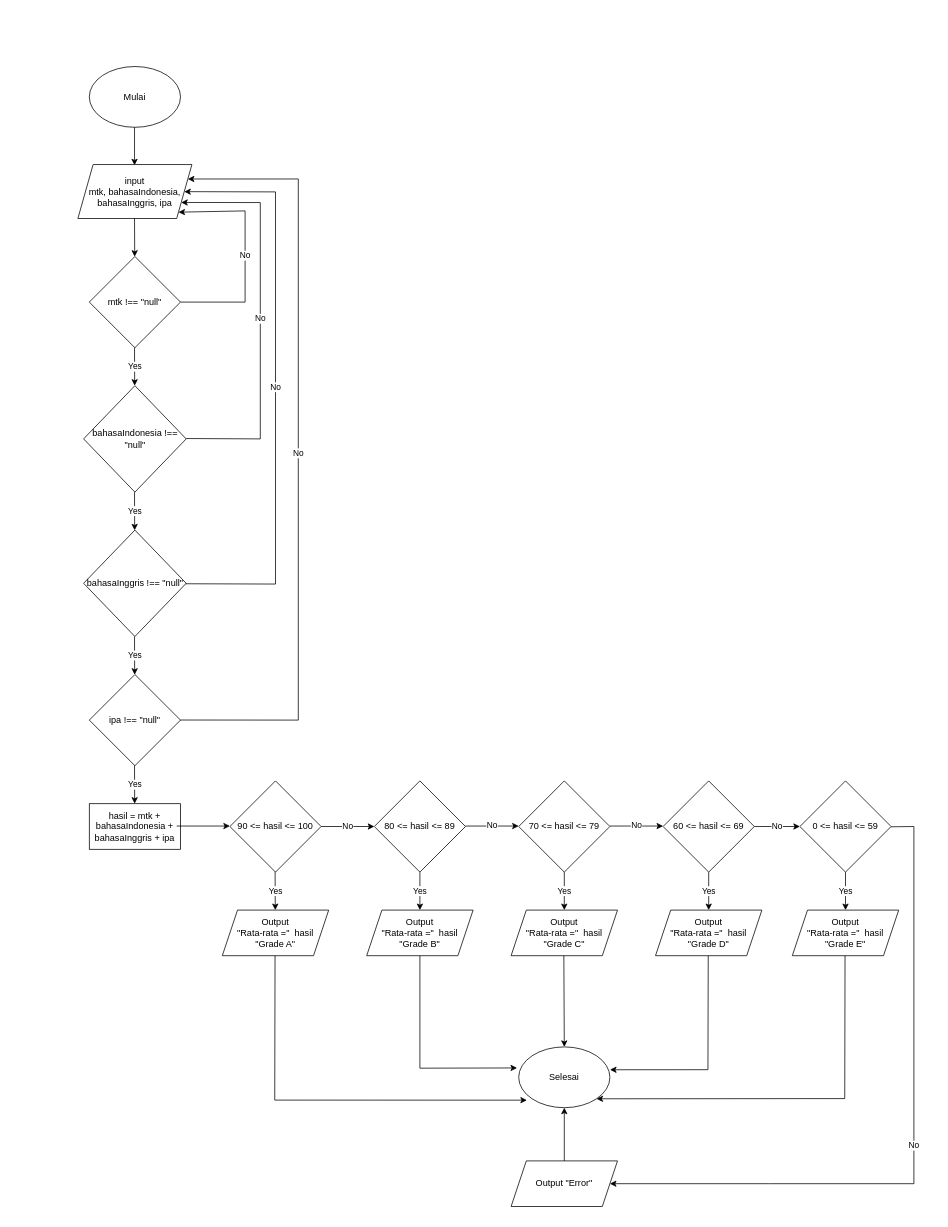
The draw.io diagram Rata rata UN.drawio in zalfanuramalia/-fw5-additional-flowchart, before the edit. Source tidied: cells renumbered, new cells numbered last; positions are measured from the earlier drawing's top-left corner, leaving out a move shared by most shapes. Both pictures are drawn from the tidied source at 76%, with x=0, y=0 at pixel (78, 66).
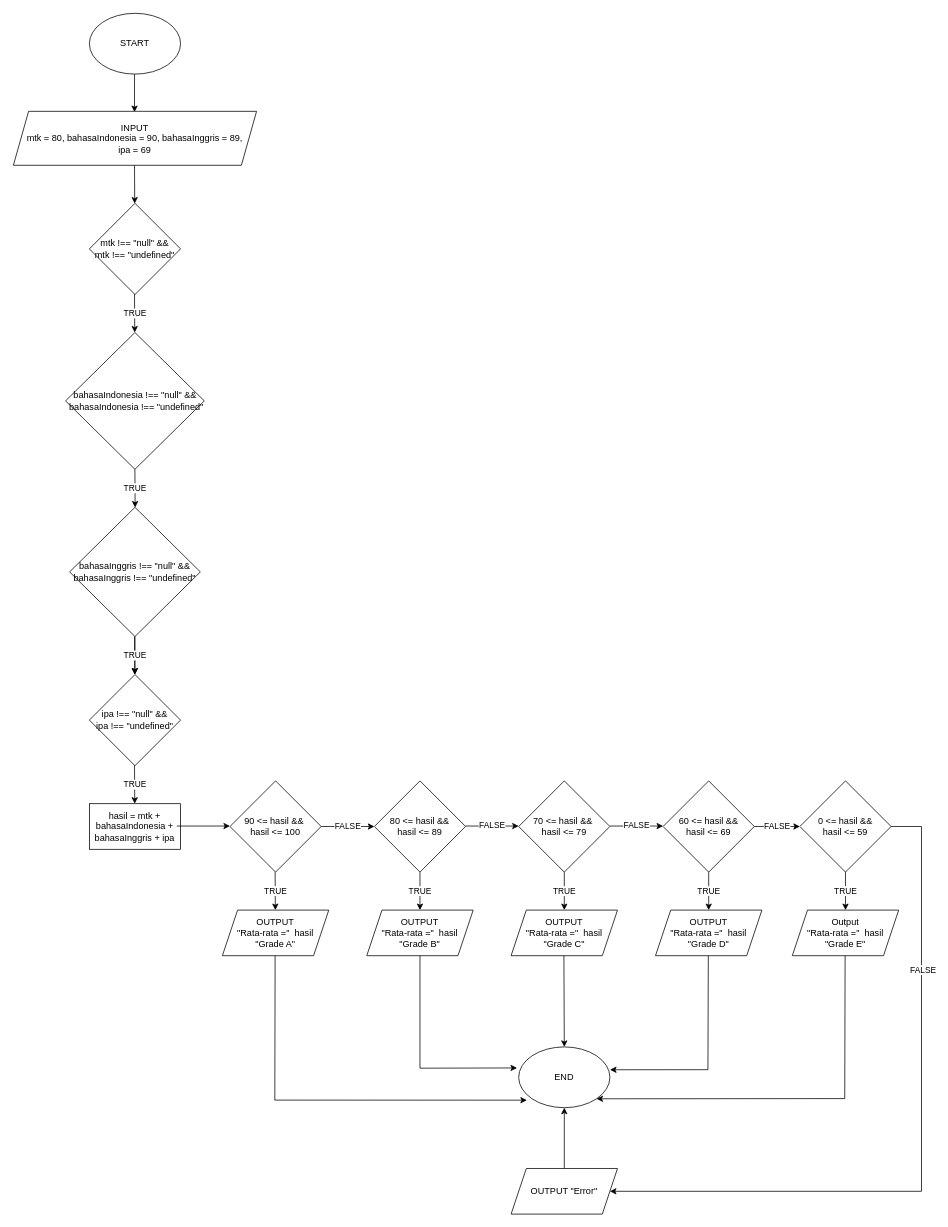
The same diagram, later.

Commit message (it also covers changes not shown here):
file tugas tambahan flowchart

Change to the diagram source:
```diff
@@
-    <mxCell id="2" value="Mulai" style="ellipse;whiteSpace=wrap;html=1;" parent="1" vertex="1">
-      <mxGeometry x="15" width="120" height="80" as="geometry" />
+    <mxCell id="2" value="START" style="ellipse;whiteSpace=wrap;html=1;" parent="1" vertex="1">
+      <mxGeometry x="15.1" y="-70" width="120" height="80" as="geometry" />
     </mxCell>
     <mxCell id="3" style="endArrow=classic;html=1;rounded=0;" parent="1" edge="1">
       <mxGeometry relative="1" as="geometry">
-        <mxPoint x="74.5" y="80" as="sourcePoint" />
-        <mxPoint x="74.5" y="130" as="targetPoint" />
+        <mxPoint x="74.5" y="10" as="sourcePoint" />
+        <mxPoint x="74.5" y="60" as="targetPoint" />
       </mxGeometry>
     </mxCell>
-    <mxCell id="4" value="input&lt;br&gt;mtk, bahasaIndonesia, bahasaInggris, ipa" style="shape=parallelogram;perimeter=parallelogramPerimeter;whiteSpace=wrap;html=1;fixedSize=1;" parent="1" vertex="1">
-      <mxGeometry y="129" width="150" height="71" as="geometry" />
+    <mxCell id="4" value="INPUT&lt;br&gt;mtk = 80, bahasaIndonesia = 90, bahasaInggris = 89, &lt;br&gt;ipa = 69" style="shape=parallelogram;perimeter=parallelogramPerimeter;whiteSpace=wrap;html=1;fixedSize=1;" parent="1" vertex="1">
+      <mxGeometry x="-84.9" y="59" width="320" height="71" as="geometry" />
     </mxCell>
     <mxCell id="5" style="endArrow=classic;html=1;rounded=0;" parent="1" edge="1" target="6">
       <mxGeometry relative="1" as="geometry">
-        <mxPoint x="74.5" y="200" as="sourcePoint" />
+        <mxPoint x="74.5" y="130" as="sourcePoint" />
       </mxGeometry>
     </mxCell>
-    <mxCell id="6" value="mtk !== &quot;null&quot;" style="rhombus;whiteSpace=wrap;html=1;" parent="1" vertex="1">
-      <mxGeometry x="15" y="250" width="120" height="120" as="geometry" />
+    <mxCell id="6" value="mtk !== &quot;null&quot; &amp;amp;&amp;amp;&lt;br&gt;mtk !== &quot;undefined&quot;" style="rhombus;whiteSpace=wrap;html=1;" parent="1" vertex="1">
+      <mxGeometry x="15.1" y="180" width="120" height="120" as="geometry" />
     </mxCell>
-    <mxCell id="7" value="90 &amp;lt;= hasil &amp;lt;= 100" style="rhombus;whiteSpace=wrap;html=1;" parent="1" vertex="1">
-      <mxGeometry x="200" y="940" width="120" height="120" as="geometry" />
+    <mxCell id="7" value="90 &amp;lt;= hasil &amp;amp;&amp;amp;&amp;nbsp;&lt;br&gt;hasil &amp;lt;= 100" style="rhombus;whiteSpace=wrap;html=1;" parent="1" vertex="1">
+      <mxGeometry x="200.1" y="940" width="120" height="120" as="geometry" />
     </mxCell>
-    <mxCell id="8" value="bahasaIndonesia !== &quot;null&quot;" style="rhombus;whiteSpace=wrap;html=1;" parent="1" vertex="1">
-      <mxGeometry x="7.5" y="420" width="135" height="140" as="geometry" />
+    <mxCell id="8" value="bahasaIndonesia !== &quot;null&quot; &amp;amp;&amp;amp;&lt;br&gt;&amp;nbsp;bahasaIndonesia !== &quot;undefined&quot;" style="rhombus;whiteSpace=wrap;html=1;" parent="1" vertex="1">
+      <mxGeometry x="-16.2" y="350" width="182.5" height="180" as="geometry" />
     </mxCell>
-    <mxCell id="9" value="ipa !== &quot;null&quot;" style="rhombus;whiteSpace=wrap;html=1;" parent="1" vertex="1">
-      <mxGeometry x="15" y="800" width="120" height="120" as="geometry" />
+    <mxCell id="9" value="ipa !== &quot;null&quot; &amp;amp;&amp;amp;&lt;br&gt;ipa !== &quot;undefined&quot;" style="rhombus;whiteSpace=wrap;html=1;" parent="1" vertex="1">
+      <mxGeometry x="15.1" y="800" width="120" height="120" as="geometry" />
     </mxCell>
+    <mxCell id="48" style="edgeStyle=orthogonalEdgeStyle;rounded=0;jettySize=auto;html=1;" parent="1" edge="1" source="10" target="9">
+      <mxGeometry relative="1" as="geometry" />
+    </mxCell>
-    <mxCell id="10" value="bahasaInggris !== &quot;null&quot;" style="rhombus;whiteSpace=wrap;html=1;" parent="1" vertex="1">
-      <mxGeometry x="7.5" y="610" width="135" height="140" as="geometry" />
+    <mxCell id="10" value="bahasaInggris !== &quot;null&quot; &amp;amp;&amp;amp;&lt;br&gt;bahasaInggris !== &quot;undefined&quot;" style="rhombus;whiteSpace=wrap;html=1;" parent="1" vertex="1">
+      <mxGeometry x="-10.9" y="580" width="172" height="170" as="geometry" />
     </mxCell>
-    <mxCell id="11" value="Yes" style="endArrow=classic;html=1;rounded=0;" parent="1" edge="1">
+    <mxCell id="11" value="TRUE" style="endArrow=classic;html=1;rounded=0;" parent="1" edge="1">
       <mxGeometry relative="1" as="geometry">
         <mxPoint x="74.5" y="750" as="sourcePoint" />
-        <mxPoint x="74.7" y="800.3" as="targetPoint" />
+        <mxPoint x="74.8" y="800.3" as="targetPoint" />
       </mxGeometry>
     </mxCell>
-    <mxCell id="12" value="Yes" style="endArrow=classic;html=1;rounded=0;" parent="1" edge="1">
+    <mxCell id="12" value="TRUE" style="endArrow=classic;html=1;rounded=0;" parent="1" edge="1">
       <mxGeometry relative="1" as="geometry">
-        <mxPoint x="74.5" y="560" as="sourcePoint" />
-        <mxPoint x="74.7" y="610.3" as="targetPoint" />
+        <mxPoint x="75" y="530" as="sourcePoint" />
+        <mxPoint x="75.3" y="580.3" as="targetPoint" />
       </mxGeometry>
     </mxCell>
-    <mxCell id="13" value="Yes" style="endArrow=classic;html=1;rounded=0;" parent="1" edge="1">
+    <mxCell id="13" value="TRUE" style="endArrow=classic;html=1;rounded=0;" parent="1" edge="1">
       <mxGeometry relative="1" as="geometry">
-        <mxPoint x="74.5" y="369.7" as="sourcePoint" />
-        <mxPoint x="74.7" y="420" as="targetPoint" />
+        <mxPoint x="74.5" y="299.7" as="sourcePoint" />
+        <mxPoint x="74.8" y="350" as="targetPoint" />
       </mxGeometry>
     </mxCell>
-    <mxCell id="14" value="Yes" style="endArrow=classic;html=1;rounded=0;" parent="1" edge="1">
+    <mxCell id="14" value="TRUE" style="endArrow=classic;html=1;rounded=0;" parent="1" edge="1">
       <mxGeometry relative="1" as="geometry">
         <mxPoint x="74.5" y="919.7" as="sourcePoint" />
-        <mxPoint x="74.7" y="970" as="targetPoint" />
+        <mxPoint x="74.8" y="970" as="targetPoint" />
       </mxGeometry>
     </mxCell>
     <mxCell id="15" value="hasil = mtk + bahasaIndonesia + bahasaInggris + ipa" style="rounded=0;whiteSpace=wrap;html=1;" parent="1" vertex="1">
-      <mxGeometry x="15" y="970" width="120" height="60" as="geometry" />
+      <mxGeometry x="15.1" y="970" width="120" height="60" as="geometry" />
     </mxCell>
-    <mxCell id="16" value="70 &amp;lt;= hasil &amp;lt;= 79" style="rhombus;whiteSpace=wrap;html=1;" parent="1" vertex="1">
+    <mxCell id="16" value="70 &amp;lt;= hasil &amp;amp;&amp;amp;&amp;nbsp;&lt;br&gt;hasil &amp;lt;= 79" style="rhombus;whiteSpace=wrap;html=1;" parent="1" vertex="1">
       <mxGeometry x="580" y="940" width="120" height="120" as="geometry" />
     </mxCell>
-    <mxCell id="17" value="80 &amp;lt;= hasil &amp;lt;= 89" style="rhombus;whiteSpace=wrap;html=1;" parent="1" vertex="1">
-      <mxGeometry x="390" y="940" width="120" height="120" as="geometry" />
+    <mxCell id="17" value="80 &amp;lt;= hasil &amp;amp;&amp;amp;&lt;br&gt;hasil &amp;lt;= 89" style="rhombus;whiteSpace=wrap;html=1;" parent="1" vertex="1">
+      <mxGeometry x="390.1" y="940" width="120" height="120" as="geometry" />
     </mxCell>
-    <mxCell id="18" value="Output&lt;br&gt;&quot;Rata-rata =&quot;&amp;nbsp; hasil&lt;br&gt;&quot;Grade A&quot;" style="shape=parallelogram;perimeter=parallelogramPerimeter;whiteSpace=wrap;html=1;fixedSize=1;" parent="1" vertex="1">
-      <mxGeometry x="190" y="1110" width="140" height="60" as="geometry" />
+    <mxCell id="18" value="OUTPUT&lt;br&gt;&quot;Rata-rata =&quot;&amp;nbsp; hasil&lt;br&gt;&quot;Grade A&quot;" style="shape=parallelogram;perimeter=parallelogramPerimeter;whiteSpace=wrap;html=1;fixedSize=1;" parent="1" vertex="1">
+      <mxGeometry x="190.1" y="1110" width="140" height="60" as="geometry" />
     </mxCell>
-    <mxCell id="19" value="No" style="endArrow=classic;html=1;rounded=0;" parent="1" edge="1">
+    <mxCell id="19" value="FALSE" style="endArrow=classic;html=1;rounded=0;" parent="1" edge="1">
       <mxGeometry relative="1" as="geometry">
-        <mxPoint x="320" y="1000" as="sourcePoint" />
-        <mxPoint x="390" y="1000" as="targetPoint" />
+        <mxPoint x="320.1" y="1000" as="sourcePoint" />
+        <mxPoint x="390.1" y="1000" as="targetPoint" />
       </mxGeometry>
     </mxCell>
-    <mxCell id="20" value="Selesai" style="ellipse;whiteSpace=wrap;html=1;" parent="1" vertex="1">
+    <mxCell id="20" value="END" style="ellipse;whiteSpace=wrap;html=1;" parent="1" vertex="1">
       <mxGeometry x="580" y="1290" width="120" height="80" as="geometry" />
     </mxCell>
     <mxCell id="21" style="endArrow=classic;html=1;rounded=0;entryX=0.09;entryY=0.876;entryDx=0;entryDy=0;entryPerimeter=0;" parent="1" edge="1" target="20">
       <mxGeometry relative="1" as="geometry">
-        <mxPoint x="259.4" y="1170" as="sourcePoint" />
+        <mxPoint x="259.5" y="1170" as="sourcePoint" />
         <Array as="points">
-          <mxPoint x="259" y="1360" />
+          <mxPoint x="259.1" y="1360" />
         </Array>
       </mxGeometry>
     </mxCell>
-    <mxCell id="22" value="Yes" style="endArrow=classic;html=1;rounded=0;" parent="1" edge="1">
+    <mxCell id="22" value="TRUE" style="endArrow=classic;html=1;rounded=0;" parent="1" edge="1">
       <mxGeometry relative="1" as="geometry">
         <mxPoint x="259.5" y="1059.7" as="sourcePoint" />
-        <mxPoint x="259.7" y="1110" as="targetPoint" />
+        <mxPoint x="259.8" y="1110" as="targetPoint" />
       </mxGeometry>
     </mxCell>
-    <mxCell id="23" value="Yes" style="endArrow=classic;html=1;rounded=0;" parent="1" edge="1">
+    <mxCell id="23" value="TRUE" style="endArrow=classic;html=1;rounded=0;" parent="1" edge="1">
       <mxGeometry relative="1" as="geometry">
-        <mxPoint x="450" y="1060" as="sourcePoint" />
-        <mxPoint x="450" y="1110" as="targetPoint" />
+        <mxPoint x="450.1" y="1060" as="sourcePoint" />
+        <mxPoint x="450.1" y="1110" as="targetPoint" />
       </mxGeometry>
     </mxCell>
-    <mxCell id="24" value="Output&lt;br&gt;&quot;Rata-rata =&quot;&amp;nbsp; hasil&lt;br&gt;&quot;Grade B&quot;" style="shape=parallelogram;perimeter=parallelogramPerimeter;whiteSpace=wrap;html=1;fixedSize=1;" parent="1" vertex="1">
-      <mxGeometry x="380" y="1110" width="140" height="60" as="geometry" />
+    <mxCell id="24" value="OUTPUT&lt;br&gt;&quot;Rata-rata =&quot;&amp;nbsp; hasil&lt;br&gt;&quot;Grade B&quot;" style="shape=parallelogram;perimeter=parallelogramPerimeter;whiteSpace=wrap;html=1;fixedSize=1;" parent="1" vertex="1">
+      <mxGeometry x="380.1" y="1110" width="140" height="60" as="geometry" />
     </mxCell>
-    <mxCell id="25" value="No" style="endArrow=classic;html=1;rounded=0;" parent="1" edge="1">
+    <mxCell id="25" value="FALSE" style="endArrow=classic;html=1;rounded=0;" parent="1" edge="1">
       <mxGeometry relative="1" as="geometry">
         <mxPoint x="890" y="1000" as="sourcePoint" />
         <mxPoint x="950" y="1000" as="targetPoint" />
       </mxGeometry>
     </mxCell>
     <mxCell id="26" style="endArrow=classic;html=1;rounded=0;" parent="1" edge="1">
       <mxGeometry relative="1" as="geometry">
-        <mxPoint x="130" y="999.4" as="sourcePoint" />
-        <mxPoint x="200" y="999.4" as="targetPoint" />
+        <mxPoint x="130.1" y="999.4" as="sourcePoint" />
+        <mxPoint x="200.1" y="999.4" as="targetPoint" />
       </mxGeometry>
     </mxCell>
-    <mxCell id="27" value="No" style="endArrow=classic;html=1;rounded=0;" parent="1" edge="1">
+    <mxCell id="27" value="FALSE" style="endArrow=classic;html=1;rounded=0;" parent="1" edge="1">
       <mxGeometry relative="1" as="geometry">
-        <mxPoint x="510" y="999.4" as="sourcePoint" />
+        <mxPoint x="510.1" y="999.4" as="sourcePoint" />
         <mxPoint x="580" y="999.4" as="targetPoint" />
       </mxGeometry>
     </mxCell>
-    <mxCell id="28" value="60 &amp;lt;= hasil &amp;lt;= 69" style="rhombus;whiteSpace=wrap;html=1;" parent="1" vertex="1">
+    <mxCell id="28" value="60 &amp;lt;= hasil &amp;amp;&amp;amp;&lt;br&gt;hasil &amp;lt;= 69" style="rhombus;whiteSpace=wrap;html=1;" parent="1" vertex="1">
       <mxGeometry x="770" y="940" width="120" height="120" as="geometry" />
     </mxCell>
-    <mxCell id="29" value="No" style="endArrow=classic;html=1;rounded=0;" parent="1" edge="1">
+    <mxCell id="29" value="FALSE" style="endArrow=classic;html=1;rounded=0;" parent="1" edge="1">
       <mxGeometry relative="1" as="geometry">
         <mxPoint x="700" y="999.4" as="sourcePoint" />
         <mxPoint x="770" y="999.4" as="targetPoint" />
       </mxGeometry>
     </mxCell>
-    <mxCell id="30" value="0 &amp;lt;= hasil &amp;lt;= 59" style="rhombus;whiteSpace=wrap;html=1;" parent="1" vertex="1">
+    <mxCell id="30" value="0 &amp;lt;= hasil &amp;amp;&amp;amp; &lt;br&gt;hasil &amp;lt;= 59" style="rhombus;whiteSpace=wrap;html=1;" parent="1" vertex="1">
       <mxGeometry x="950" y="940" width="120" height="120" as="geometry" />
     </mxCell>
-    <mxCell id="31" value="Yes" style="endArrow=classic;html=1;rounded=0;" parent="1" edge="1">
+    <mxCell id="31" value="TRUE" style="endArrow=classic;html=1;rounded=0;" parent="1" edge="1">
       <mxGeometry relative="1" as="geometry">
         <mxPoint x="1010" y="1060" as="sourcePoint" />
         <mxPoint x="1010" y="1110" as="targetPoint" />
       </mxGeometry>
     </mxCell>
@@
-    <mxCell id="33" value="Yes" style="endArrow=classic;html=1;rounded=0;" parent="1" edge="1">
+    <mxCell id="33" value="TRUE" style="endArrow=classic;html=1;rounded=0;" parent="1" edge="1">
       <mxGeometry relative="1" as="geometry">
         <mxPoint x="830" y="1060" as="sourcePoint" />
         <mxPoint x="830" y="1110" as="targetPoint" />
       </mxGeometry>
     </mxCell>
-    <mxCell id="34" value="Output&lt;br&gt;&quot;Rata-rata =&quot;&amp;nbsp; hasil&lt;br&gt;&quot;Grade D&quot;" style="shape=parallelogram;perimeter=parallelogramPerimeter;whiteSpace=wrap;html=1;fixedSize=1;" parent="1" vertex="1">
+    <mxCell id="34" value="OUTPUT&lt;br&gt;&quot;Rata-rata =&quot;&amp;nbsp; hasil&lt;br&gt;&quot;Grade D&quot;" style="shape=parallelogram;perimeter=parallelogramPerimeter;whiteSpace=wrap;html=1;fixedSize=1;" parent="1" vertex="1">
       <mxGeometry x="760" y="1110" width="140" height="60" as="geometry" />
     </mxCell>
-    <mxCell id="35" value="Yes" style="endArrow=classic;html=1;rounded=0;" parent="1" edge="1">
+    <mxCell id="35" value="TRUE" style="endArrow=classic;html=1;rounded=0;" parent="1" edge="1">
       <mxGeometry relative="1" as="geometry">
         <mxPoint x="640" y="1060" as="sourcePoint" />
         <mxPoint x="640" y="1110" as="targetPoint" />
       </mxGeometry>
     </mxCell>
-    <mxCell id="36" value="Output&lt;br&gt;&quot;Rata-rata =&quot;&amp;nbsp; hasil&lt;br&gt;&quot;Grade C&quot;" style="shape=parallelogram;perimeter=parallelogramPerimeter;whiteSpace=wrap;html=1;fixedSize=1;" parent="1" vertex="1">
+    <mxCell id="36" value="OUTPUT&lt;br&gt;&quot;Rata-rata =&quot;&amp;nbsp; hasil&lt;br&gt;&quot;Grade C&quot;" style="shape=parallelogram;perimeter=parallelogramPerimeter;whiteSpace=wrap;html=1;fixedSize=1;" parent="1" vertex="1">
       <mxGeometry x="570" y="1110" width="140" height="60" as="geometry" />
     </mxCell>
     <mxCell id="37" style="endArrow=classic;html=1;rounded=0;entryX=1;entryY=1;entryDx=0;entryDy=0;" parent="1" edge="1" target="20">
       <mxGeometry relative="1" as="geometry">
-        <mxPoint x="1009.4" y="1170" as="sourcePoint" />
+        <mxPoint x="1009.5" y="1170" as="sourcePoint" />
         <Array as="points">
           <mxPoint x="1009" y="1358" />
         </Array>
       </mxGeometry>
     </mxCell>
     <mxCell id="38" style="endArrow=classic;html=1;rounded=0;entryX=0.5;entryY=0;entryDx=0;entryDy=0;" parent="1" edge="1" target="20">
       <mxGeometry relative="1" as="geometry">
-        <mxPoint x="639.4" y="1170" as="sourcePoint" />
+        <mxPoint x="639.5" y="1170" as="sourcePoint" />
       </mxGeometry>
     </mxCell>
     <mxCell id="39" style="endArrow=classic;html=1;rounded=0;entryX=1.001;entryY=0.376;entryDx=0;entryDy=0;entryPerimeter=0;" parent="1" edge="1" target="20">
       <mxGeometry relative="1" as="geometry">
-        <mxPoint x="829.4" y="1170" as="sourcePoint" />
+        <mxPoint x="829.5" y="1170" as="sourcePoint" />
         <Array as="points">
           <mxPoint x="829" y="1320" />
         </Array>
       </mxGeometry>
     </mxCell>
     <mxCell id="40" style="endArrow=classic;html=1;rounded=0;exitX=0.5;exitY=1;exitDx=0;exitDy=0;entryX=-0.018;entryY=0.346;entryDx=0;entryDy=0;entryPerimeter=0;" parent="1" edge="1" source="24" target="20">
       <mxGeometry relative="1" as="geometry">
         <Array as="points">
-          <mxPoint x="450" y="1318" />
+          <mxPoint x="450.1" y="1318" />
         </Array>
       </mxGeometry>
     </mxCell>
-    <mxCell id="41" value="No" style="endArrow=classic;html=1;rounded=0;entryX=1;entryY=0.5;entryDx=0;entryDy=0;" parent="1" edge="1" target="42">
-      <mxGeometry relative="1" as="geometry">
-        <mxPoint x="1070" y="1000.4" as="sourcePoint" />
-        <Array as="points">
-          <mxPoint x="1100" y="1000" />
-          <mxPoint x="1100" y="1470" />
-          <mxPoint x="910" y="1470" />
-        </Array>
-      </mxGeometry>
-    </mxCell>
-    <mxCell id="42" value="Output &quot;Error&quot;" style="shape=parallelogram;perimeter=parallelogramPerimeter;whiteSpace=wrap;html=1;fixedSize=1;" parent="1" vertex="1">
-      <mxGeometry x="570" y="1440" width="140" height="60" as="geometry" />
-    </mxCell>
-    <mxCell id="43" style="endArrow=classic;html=1;rounded=0;exitX=0.5;exitY=0;exitDx=0;exitDy=0;" parent="1" edge="1" source="42">
-      <mxGeometry relative="1" as="geometry">
-        <mxPoint x="640" y="1370" as="targetPoint" />
-      </mxGeometry>
-    </mxCell>
-    <mxCell id="44" value="No" style="endArrow=classic;html=1;rounded=0;entryX=1;entryY=1;entryDx=0;entryDy=0;" parent="1" edge="1" target="4">
-      <mxGeometry relative="1" as="geometry">
-        <mxPoint x="135" y="310" as="sourcePoint" />
-        <Array as="points">
-          <mxPoint x="220" y="310" />
-          <mxPoint x="220" y="190" />
-        </Array>
-      </mxGeometry>
-    </mxCell>
-    <mxCell id="45" value="No" style="endArrow=classic;html=1;rounded=0;entryX=1;entryY=0.75;entryDx=0;entryDy=0;" parent="1" edge="1" target="4">
-      <mxGeometry relative="1" as="geometry">
-        <mxPoint x="142.5" y="489.5" as="sourcePoint" />
-        <Array as="points">
-          <mxPoint x="240" y="490" />
-          <mxPoint x="240" y="179" />
-        </Array>
-      </mxGeometry>
-    </mxCell>
-    <mxCell id="46" value="No" style="endArrow=classic;html=1;rounded=0;" parent="1" edge="1" target="4">
-      <mxGeometry relative="1" as="geometry">
-        <mxPoint x="141.6" y="680.6" as="sourcePoint" />
-        <Array as="points">
-          <mxPoint x="260" y="681" />
-          <mxPoint x="260" y="165" />
-        </Array>
-      </mxGeometry>
-    </mxCell>
-    <mxCell id="47" value="No" style="endArrow=classic;html=1;rounded=0;entryX=1;entryY=0.25;entryDx=0;entryDy=0;" parent="1" edge="1" target="4">
-      <mxGeometry relative="1" as="geometry">
-        <mxPoint x="134.6" y="859.9" as="sourcePoint" />
-        <Array as="points">
-          <mxPoint x="290" y="860" />
-          <mxPoint x="290" y="148" />
-        </Array>
-      </mxGeometry>
-    </mxCell>
+    <mxCell id="49" value="OUTPUT &quot;Error&quot;" style="shape=parallelogram;perimeter=parallelogramPerimeter;whiteSpace=wrap;html=1;fixedSize=1;" parent="1" vertex="1">
+      <mxGeometry x="570" y="1450" width="140" height="60" as="geometry" />
+    </mxCell>
+    <mxCell id="50" style="endArrow=classic;html=1;rounded=0;entryX=1;entryY=0.5;entryDx=0;entryDy=0;" parent="1" edge="1" target="49">
+      <mxGeometry relative="1" as="geometry">
+        <mxPoint x="1070" y="1000" as="sourcePoint" />
+        <Array as="points">
+          <mxPoint x="1110" y="1000" />
+          <mxPoint x="1110" y="1480" />
+        </Array>
+      </mxGeometry>
+    </mxCell>
+    <mxCell id="51" value="FALSE" style="edgeLabel;html=1;align=center;verticalAlign=middle;" parent="50" vertex="1">
+      <mxGeometry x="-0.51" y="1" relative="1" as="geometry" />
+    </mxCell>
+    <mxCell id="52" style="endArrow=classic;html=1;rounded=0;entryX=0.5;entryY=1;entryDx=0;entryDy=0;" parent="1" edge="1" target="20">
+      <mxGeometry relative="1" as="geometry">
+        <mxPoint x="640" y="1450" as="sourcePoint" />
+      </mxGeometry>
+    </mxCell>
```
